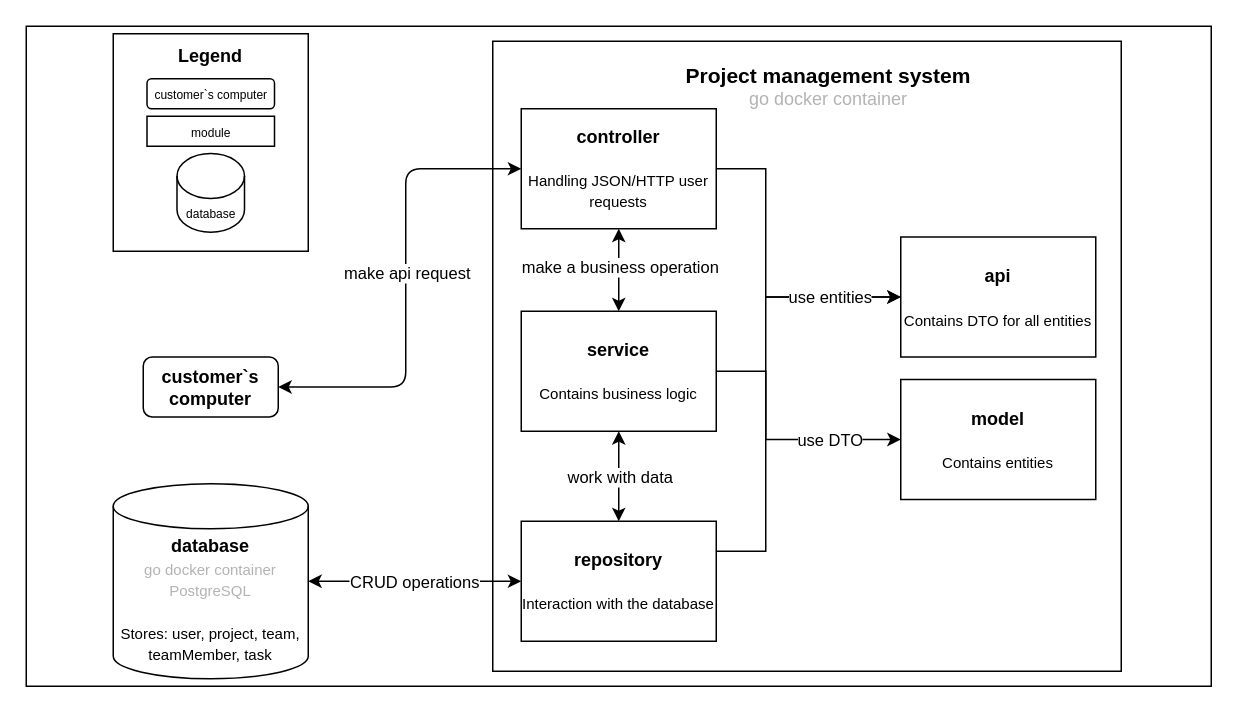
PavelNaymovets/project_management_system keeps this draw.io diagram as doc/arch/container/drawio/container diagram.drawio. Above is the earlier version. Source tidied: cells renumbered, new cells numbered last; positions are measured from the earlier drawing's top-left corner, leaving out a move shared by most shapes. Both pictures are drawn from the tidied source at 150%, with x=0, y=0 at pixel (26, 26).
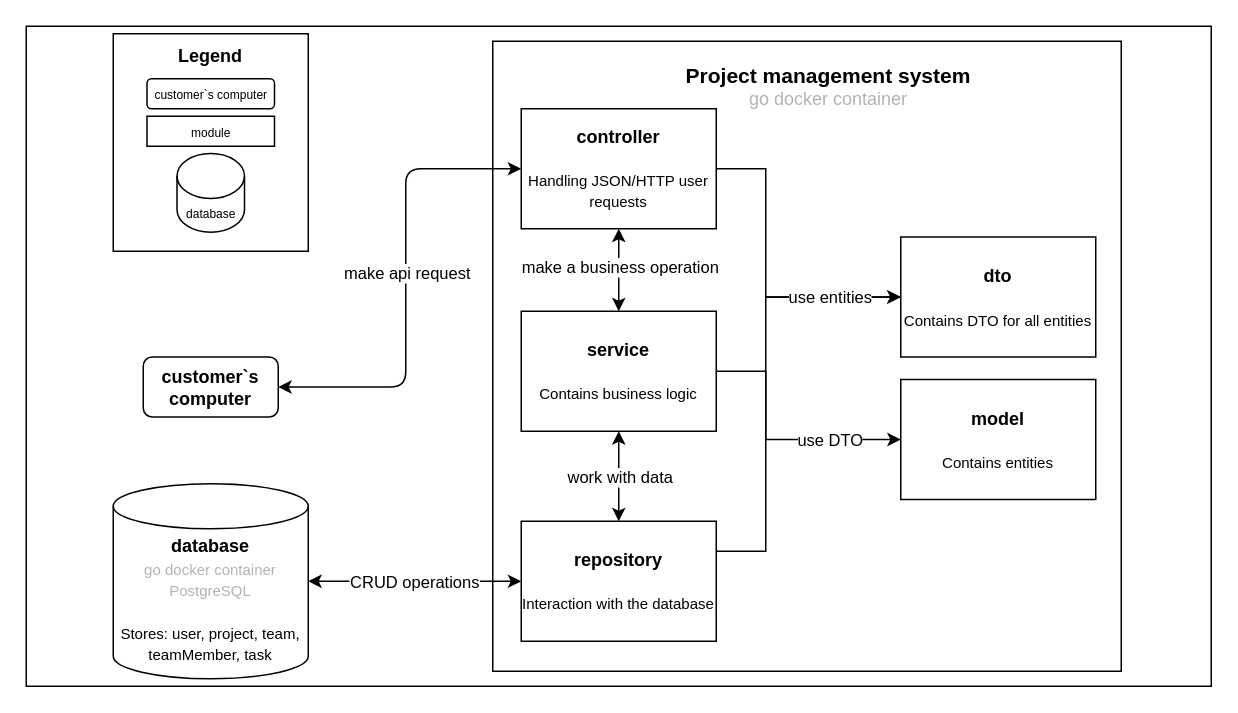
The same diagram, later.

The edit, as a diff of the source:
```diff
@@
-    <mxCell id="26" value="&lt;b&gt;api&lt;/b&gt;&lt;font style=&quot;font-size: 10px;&quot;&gt;&lt;font color=&quot;#b3b3b3&quot;&gt;&lt;br&gt;&lt;/font&gt;&lt;br&gt;Contains DTO for all entities&lt;br&gt;&lt;/font&gt;" style="rounded=0;whiteSpace=wrap;html=1;" parent="1" vertex="1">
+    <mxCell id="26" value="&lt;font style=&quot;&quot;&gt;&lt;b style=&quot;&quot;&gt;&lt;font style=&quot;font-size: 12px;&quot;&gt;dto&lt;/font&gt;&lt;/b&gt;&lt;br&gt;&lt;br&gt;&lt;span style=&quot;font-size: 10px;&quot;&gt;Contains DTO for all entities&lt;/span&gt;&lt;br&gt;&lt;/font&gt;" style="rounded=0;whiteSpace=wrap;html=1;" parent="1" vertex="1">
       <mxGeometry x="583" y="140.5" width="130" height="80" as="geometry" />
     </mxCell>
```
